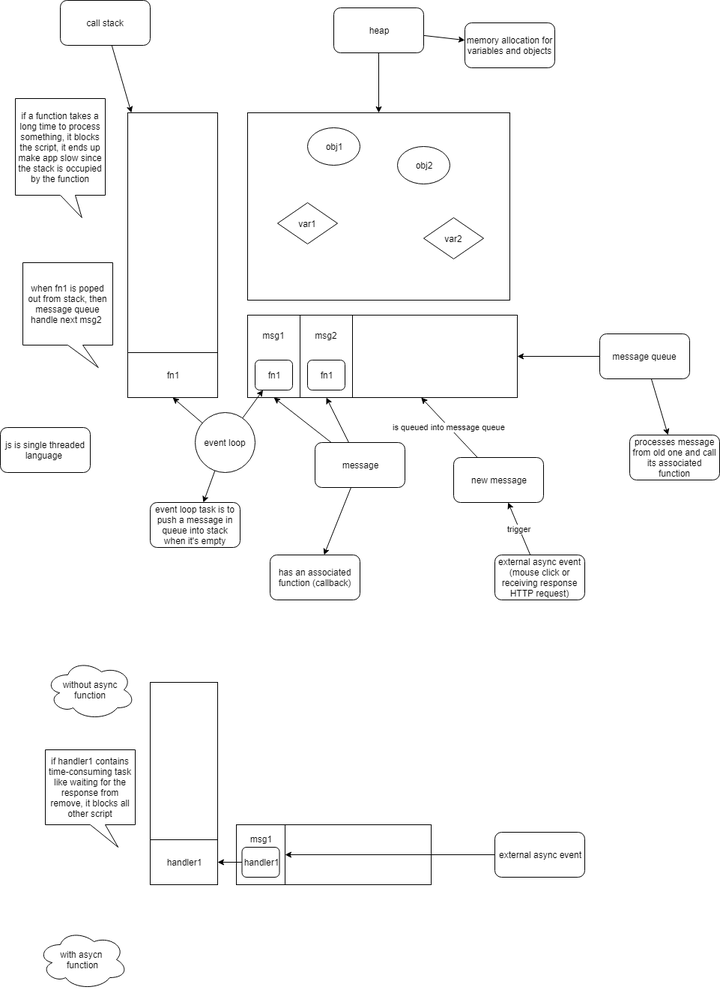
Before: runtime_concept.png, a diagram exported from draw.io (stsiwo/js_concept). Source tidied: cells renumbered, new cells last; positions are measured from the earlier drawing's top-left corner, leaving out a move shared by most shapes.
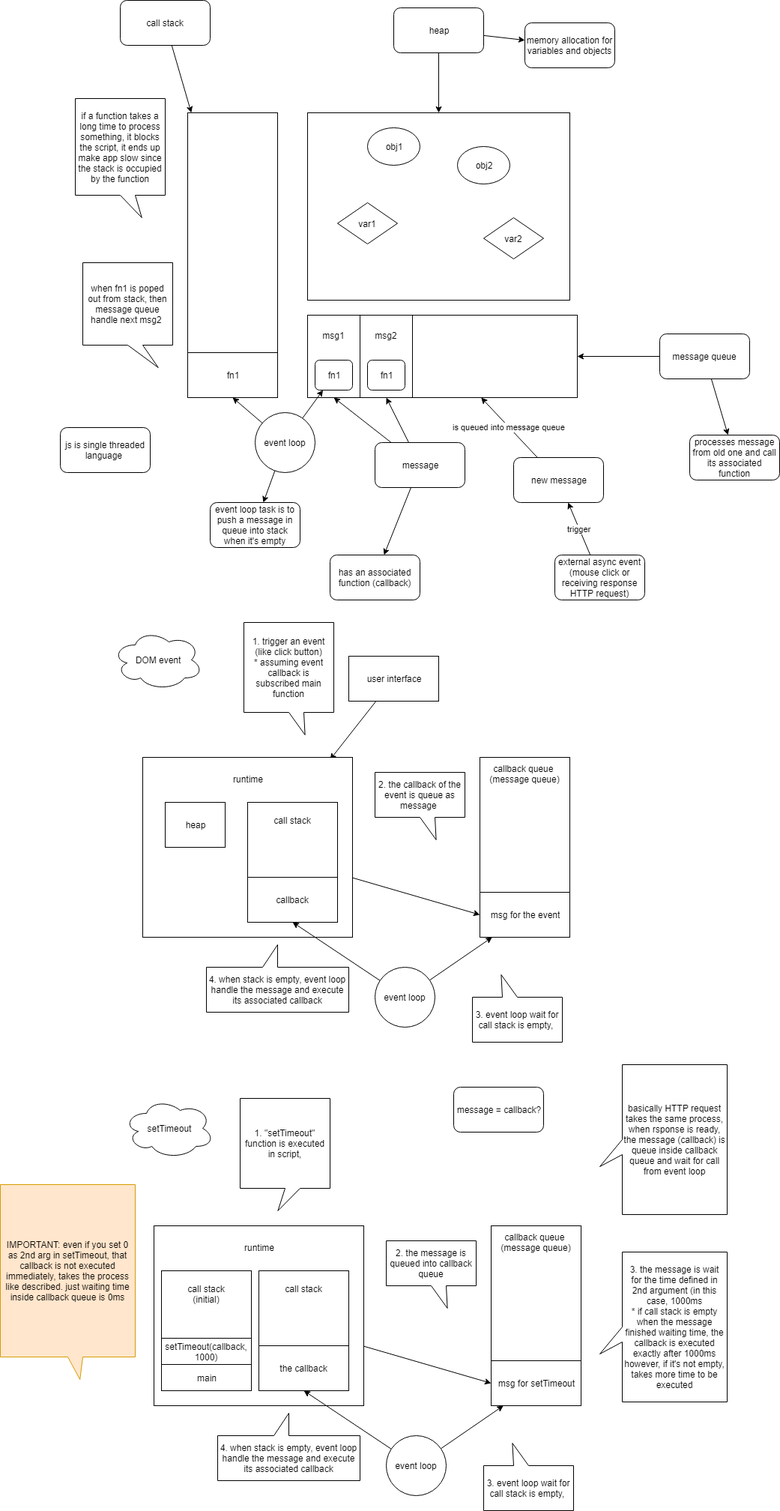
The same diagram one commit later.

What changed in the source:
```diff
@@ -104,38 +104,8 @@
     <mxCell id="35" value="new message" style="rounded=1;whiteSpace=wrap;html=1;" parent="1" vertex="1">
       <mxGeometry x="605" y="610" width="120" height="60" as="geometry" />
     </mxCell>
-    <mxCell id="36" value="without async function" style="ellipse;shape=cloud;whiteSpace=wrap;html=1;" parent="1" vertex="1">
-      <mxGeometry x="60" y="880" width="120" height="80" as="geometry" />
-    </mxCell>
-    <mxCell id="37" style="rounded=0;whiteSpace=wrap;html=1;" parent="1" vertex="1">
-      <mxGeometry x="200" y="910" width="90" height="270" as="geometry" />
-    </mxCell>
-    <mxCell id="38" style="rounded=0;whiteSpace=wrap;html=1;" parent="1" vertex="1">
-      <mxGeometry x="315" y="1100" width="260" height="80" as="geometry" />
-    </mxCell>
-    <mxCell id="39" style="edgeStyle=none;rounded=0;html=1;entryX=1;entryY=0.5;entryDx=0;entryDy=0;jettySize=auto;" parent="1" edge="1" source="40" target="41">
-      <mxGeometry relative="1" as="geometry" />
-    </mxCell>
-    <mxCell id="40" value="external async event" style="rounded=1;whiteSpace=wrap;html=1;" parent="1" vertex="1">
-      <mxGeometry x="660" y="1110" width="120" height="60" as="geometry" />
-    </mxCell>
-    <mxCell id="41" value="msg1&lt;br&gt;&lt;br&gt;&lt;br&gt;&lt;br&gt;" style="rounded=0;whiteSpace=wrap;html=1;" parent="1" vertex="1">
-      <mxGeometry x="315" y="1100" width="65" height="80" as="geometry" />
-    </mxCell>
-    <mxCell id="42" style="edgeStyle=none;rounded=0;html=1;jettySize=auto;entryX=1;entryY=0.5;entryDx=0;entryDy=0;" parent="1" edge="1" source="43" target="44">
-      <mxGeometry relative="1" as="geometry" />
-    </mxCell>
-    <mxCell id="43" value="handler1" style="rounded=1;whiteSpace=wrap;html=1;" parent="1" vertex="1">
-      <mxGeometry x="322.5" y="1130" width="50" height="40" as="geometry" />
-    </mxCell>
-    <mxCell id="44" value="handler1" style="rounded=0;whiteSpace=wrap;html=1;" parent="1" vertex="1">
-      <mxGeometry x="200" y="1120" width="90" height="60" as="geometry" />
-    </mxCell>
-    <mxCell id="45" value="if handler1 contains time-consuming task like waiting for the response from remove, it blocks all other script" style="shape=callout;whiteSpace=wrap;html=1;perimeter=calloutPerimeter;position2=0.81;" parent="1" vertex="1">
-      <mxGeometry x="60" y="1000" width="120" height="130" as="geometry" />
-    </mxCell>
-    <mxCell id="46" value="with asycn&amp;nbsp;&lt;br&gt;function&lt;br&gt;" style="ellipse;shape=cloud;whiteSpace=wrap;html=1;" parent="1" vertex="1">
-      <mxGeometry x="50" y="1240" width="120" height="80" as="geometry" />
+    <mxCell id="46" value="DOM event" style="ellipse;shape=cloud;whiteSpace=wrap;html=1;" parent="1" vertex="1">
+      <mxGeometry x="70" y="840" width="120" height="80" as="geometry" />
     </mxCell>
     <mxCell id="47" style="edgeStyle=none;rounded=0;html=1;jettySize=auto;" parent="1" edge="1" source="50" target="27">
       <mxGeometry relative="1" as="geometry" />
@@ -152,5 +122,116 @@
     <mxCell id="51" value="event loop task is to push a message in queue into stack when it's empty" style="rounded=1;whiteSpace=wrap;html=1;" parent="1" vertex="1">
       <mxGeometry x="200" y="670" width="120" height="60" as="geometry" />
     </mxCell>
+    <mxCell id="52" style="edgeStyle=none;rounded=0;html=1;entryX=0.893;entryY=0.013;entryDx=0;entryDy=0;entryPerimeter=0;jettySize=auto;" parent="1" edge="1" source="53" target="55">
+      <mxGeometry relative="1" as="geometry" />
+    </mxCell>
+    <mxCell id="53" value="user interface" style="rounded=0;whiteSpace=wrap;html=1;" parent="1" vertex="1">
+      <mxGeometry x="385" y="875" width="120" height="60" as="geometry" />
+    </mxCell>
+    <mxCell id="54" style="edgeStyle=none;rounded=0;html=1;entryX=0;entryY=0.5;entryDx=0;entryDy=0;jettySize=auto;" parent="1" edge="1" source="55" target="63">
+      <mxGeometry relative="1" as="geometry" />
+    </mxCell>
+    <mxCell id="55" value="runtime&lt;br&gt;&lt;br&gt;&lt;br&gt;&lt;br&gt;&lt;br&gt;&lt;br&gt;&lt;br&gt;&lt;br&gt;&lt;br&gt;&lt;br&gt;&lt;br&gt;&lt;br&gt;&lt;br&gt;&lt;br&gt;" style="rounded=0;whiteSpace=wrap;html=1;" parent="1" vertex="1">
+      <mxGeometry x="110" y="1010" width="280" height="240" as="geometry" />
+    </mxCell>
+    <mxCell id="56" value="heap" style="rounded=0;whiteSpace=wrap;html=1;" parent="1" vertex="1">
+      <mxGeometry x="140" y="1070" width="80" height="60" as="geometry" />
+    </mxCell>
+    <mxCell id="57" value="call stack&lt;br&gt;&lt;br&gt;&lt;br&gt;&lt;br&gt;&lt;br&gt;&lt;br&gt;&lt;br&gt;&lt;br&gt;&lt;br&gt;" style="rounded=0;whiteSpace=wrap;html=1;" parent="1" vertex="1">
+      <mxGeometry x="250" y="1070" width="120" height="160" as="geometry" />
+    </mxCell>
+    <mxCell id="58" value="1. trigger an event (like click button)&lt;br&gt;* assuming event callback is subscribed main function&lt;br&gt;" style="shape=callout;whiteSpace=wrap;html=1;perimeter=calloutPerimeter;position2=0.68;" parent="1" vertex="1">
+      <mxGeometry x="245" y="830" width="120" height="150" as="geometry" />
+    </mxCell>
+    <mxCell id="59" value="callback queue&amp;nbsp;&lt;br&gt;(message queue)&lt;br&gt;&lt;br&gt;&lt;br&gt;&lt;br&gt;&lt;br&gt;&lt;br&gt;&lt;br&gt;&lt;br&gt;&lt;br&gt;&lt;br&gt;&lt;br&gt;&lt;br&gt;&lt;br&gt;&lt;br&gt;&lt;br&gt;" style="rounded=0;whiteSpace=wrap;html=1;" parent="1" vertex="1">
+      <mxGeometry x="560" y="1010" width="120" height="240" as="geometry" />
+    </mxCell>
+    <mxCell id="60" style="edgeStyle=none;rounded=0;html=1;jettySize=auto;" parent="1" edge="1" source="62" target="63">
+      <mxGeometry relative="1" as="geometry" />
+    </mxCell>
+    <mxCell id="61" style="edgeStyle=none;rounded=0;html=1;entryX=0.5;entryY=1;entryDx=0;entryDy=0;jettySize=auto;" parent="1" edge="1" source="62" target="57">
+      <mxGeometry relative="1" as="geometry" />
+    </mxCell>
+    <mxCell id="62" value="event loop" style="ellipse;whiteSpace=wrap;html=1;" parent="1" vertex="1">
+      <mxGeometry x="420" y="1290" width="80" height="80" as="geometry" />
+    </mxCell>
+    <mxCell id="63" value="msg for the event" style="rounded=0;whiteSpace=wrap;html=1;" parent="1" vertex="1">
+      <mxGeometry x="560" y="1190" width="120" height="60" as="geometry" />
+    </mxCell>
+    <mxCell id="64" value="2. the callback of the event is queue as message&amp;nbsp;" style="shape=callout;whiteSpace=wrap;html=1;perimeter=calloutPerimeter;position2=0.68;" parent="1" vertex="1">
+      <mxGeometry x="420" y="1030" width="120" height="90" as="geometry" />
+    </mxCell>
+    <mxCell id="65" value="3. event loop wait for call stack is empty,&amp;nbsp;" style="shape=callout;whiteSpace=wrap;html=1;perimeter=calloutPerimeter;position2=0.68;direction=west;" parent="1" vertex="1">
+      <mxGeometry x="550" y="1300" width="120" height="90" as="geometry" />
+    </mxCell>
+    <mxCell id="66" value="4. when stack is empty, event loop handle the message and execute its associated callback" style="shape=callout;whiteSpace=wrap;html=1;perimeter=calloutPerimeter;position2=0.5;direction=west;" parent="1" vertex="1">
+      <mxGeometry x="195" y="1260" width="190" height="90" as="geometry" />
+    </mxCell>
+    <mxCell id="67" value="callback" style="rounded=0;whiteSpace=wrap;html=1;" parent="1" vertex="1">
+      <mxGeometry x="250" y="1170" width="120" height="60" as="geometry" />
+    </mxCell>
+    <mxCell id="68" value="setTimeout" style="ellipse;shape=cloud;whiteSpace=wrap;html=1;" parent="1" vertex="1">
+      <mxGeometry x="85" y="1465" width="120" height="80" as="geometry" />
+    </mxCell>
+    <mxCell id="69" style="edgeStyle=none;rounded=0;html=1;entryX=0;entryY=0.5;entryDx=0;entryDy=0;jettySize=auto;" parent="1" edge="1" source="70" target="77">
+      <mxGeometry relative="1" as="geometry" />
+    </mxCell>
+    <mxCell id="70" value="runtime&lt;br&gt;&lt;br&gt;&lt;br&gt;&lt;br&gt;&lt;br&gt;&lt;br&gt;&lt;br&gt;&lt;br&gt;&lt;br&gt;&lt;br&gt;&lt;br&gt;&lt;br&gt;&lt;br&gt;&lt;br&gt;" style="rounded=0;whiteSpace=wrap;html=1;" parent="1" vertex="1">
+      <mxGeometry x="125" y="1635" width="280" height="240" as="geometry" />
+    </mxCell>
+    <mxCell id="71" value="call stack&lt;br&gt;&lt;br&gt;&lt;br&gt;&lt;br&gt;&lt;br&gt;&lt;br&gt;&lt;br&gt;&lt;br&gt;&lt;br&gt;" style="rounded=0;whiteSpace=wrap;html=1;" parent="1" vertex="1">
+      <mxGeometry x="265" y="1695" width="120" height="160" as="geometry" />
+    </mxCell>
+    <mxCell id="72" value="1. &quot;setTimeout&quot; function is executed in script," style="shape=callout;whiteSpace=wrap;html=1;perimeter=calloutPerimeter;position2=0.42;" parent="1" vertex="1">
+      <mxGeometry x="240" y="1465" width="120" height="150" as="geometry" />
+    </mxCell>
+    <mxCell id="73" value="callback queue&amp;nbsp;&lt;br&gt;(message queue)&lt;br&gt;&lt;br&gt;&lt;br&gt;&lt;br&gt;&lt;br&gt;&lt;br&gt;&lt;br&gt;&lt;br&gt;&lt;br&gt;&lt;br&gt;&lt;br&gt;&lt;br&gt;&lt;br&gt;&lt;br&gt;&lt;br&gt;" style="rounded=0;whiteSpace=wrap;html=1;" parent="1" vertex="1">
+      <mxGeometry x="575" y="1635" width="120" height="240" as="geometry" />
+    </mxCell>
+    <mxCell id="74" style="edgeStyle=none;rounded=0;html=1;jettySize=auto;" parent="1" edge="1" source="76" target="77">
+      <mxGeometry relative="1" as="geometry" />
+    </mxCell>
+    <mxCell id="75" style="edgeStyle=none;rounded=0;html=1;entryX=0.5;entryY=1;entryDx=0;entryDy=0;jettySize=auto;" parent="1" edge="1" source="76" target="71">
+      <mxGeometry relative="1" as="geometry" />
+    </mxCell>
+    <mxCell id="76" value="event loop" style="ellipse;whiteSpace=wrap;html=1;" parent="1" vertex="1">
+      <mxGeometry x="435" y="1915" width="80" height="80" as="geometry" />
+    </mxCell>
+    <mxCell id="77" value="msg for setTimeout" style="rounded=0;whiteSpace=wrap;html=1;" parent="1" vertex="1">
+      <mxGeometry x="575" y="1815" width="120" height="60" as="geometry" />
+    </mxCell>
+    <mxCell id="78" value="2. the message is queued into callback queue" style="shape=callout;whiteSpace=wrap;html=1;perimeter=calloutPerimeter;position2=0.68;" parent="1" vertex="1">
+      <mxGeometry x="435" y="1655" width="120" height="90" as="geometry" />
+    </mxCell>
+    <mxCell id="79" value="3. event loop wait for call stack is empty,&amp;nbsp;" style="shape=callout;whiteSpace=wrap;html=1;perimeter=calloutPerimeter;position2=0.68;direction=west;" parent="1" vertex="1">
+      <mxGeometry x="565" y="1925" width="120" height="90" as="geometry" />
+    </mxCell>
+    <mxCell id="80" value="4. when stack is empty, event loop handle the message and execute its associated callback" style="shape=callout;whiteSpace=wrap;html=1;perimeter=calloutPerimeter;position2=0.5;direction=west;" parent="1" vertex="1">
+      <mxGeometry x="210" y="1885" width="190" height="90" as="geometry" />
+    </mxCell>
+    <mxCell id="81" value="the callback" style="rounded=0;whiteSpace=wrap;html=1;" parent="1" vertex="1">
+      <mxGeometry x="265" y="1795" width="120" height="60" as="geometry" />
+    </mxCell>
+    <mxCell id="82" value="call stack&lt;br&gt;(initial)&lt;br&gt;&lt;br&gt;&lt;br&gt;&lt;br&gt;&lt;br&gt;&lt;br&gt;&lt;br&gt;&lt;br&gt;" style="rounded=0;whiteSpace=wrap;html=1;" parent="1" vertex="1">
+      <mxGeometry x="135" y="1695" width="120" height="160" as="geometry" />
+    </mxCell>
+    <mxCell id="83" value="main" style="rounded=0;whiteSpace=wrap;html=1;" parent="1" vertex="1">
+      <mxGeometry x="135" y="1820" width="120" height="35" as="geometry" />
+    </mxCell>
+    <mxCell id="84" value="setTimeout(callback, 1000)" style="rounded=0;whiteSpace=wrap;html=1;" parent="1" vertex="1">
+      <mxGeometry x="135" y="1785" width="120" height="35" as="geometry" />
+    </mxCell>
+    <mxCell id="85" value="message = callback?" style="rounded=1;whiteSpace=wrap;html=1;" parent="1" vertex="1">
+      <mxGeometry x="525" y="1450" width="120" height="60" as="geometry" />
+    </mxCell>
+    <mxCell id="86" value="3. the message is wait for the time defined in 2nd argument (in this case, 1000ms&lt;br&gt;* if call stack is empty when the message finished waiting time, the callback is executed exactly after 1000ms&lt;br&gt;however, if it's not empty, takes more time to be executed&lt;br&gt;" style="shape=callout;whiteSpace=wrap;html=1;perimeter=calloutPerimeter;position2=0.68;direction=south;" parent="1" vertex="1">
+      <mxGeometry x="720" y="1670" width="170" height="200" as="geometry" />
+    </mxCell>
+    <mxCell id="87" value="IMPORTANT: even if you set 0 as 2nd arg in setTimeout, that callback is not executed immediately, takes the process like described. just waiting time inside callback queue is 0ms" style="shape=callout;whiteSpace=wrap;html=1;perimeter=calloutPerimeter;position2=0.59;fillColor=#ffe6cc;strokeColor=#d79b00;" parent="1" vertex="1">
+      <mxGeometry x="-80" y="1580" width="180" height="260" as="geometry" />
+    </mxCell>
+    <mxCell id="88" value="basically HTTP request takes the same process, when rsponse is ready, the message (callback) is queue inside callback queue and wait for call from event loop" style="shape=callout;whiteSpace=wrap;html=1;perimeter=calloutPerimeter;position2=0.68;direction=south;" parent="1" vertex="1">
+      <mxGeometry x="720" y="1420" width="170" height="200" as="geometry" />
+    </mxCell>
   </root>
 </mxGraphModel>
```
